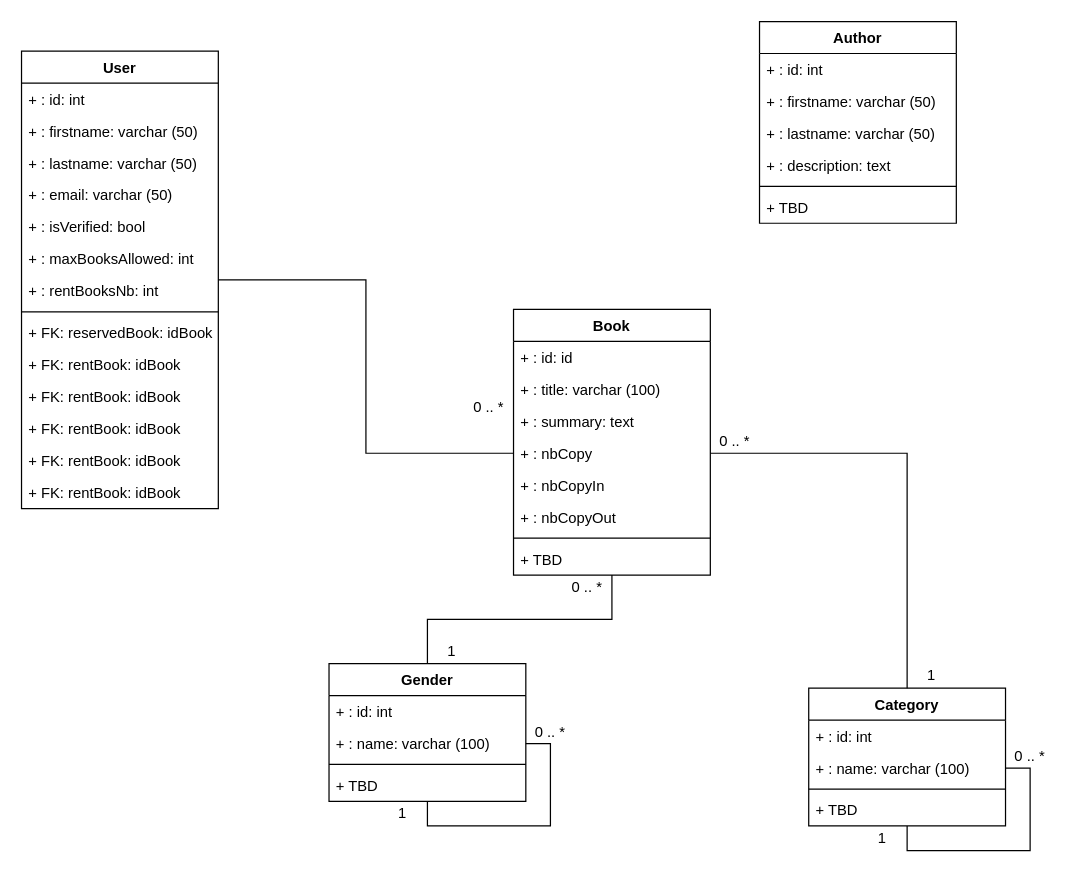
Earlier version of the draw.io diagram page "UML Class Diagram" (2 of 2) of docs/library_store.drawio (pptech-ds/CDA-JS-LIbrary-Store). Source tidied: cells renumbered, new cells numbered last; positions are measured from the earlier drawing's top-left corner, leaving out a move shared by most shapes. Both pictures are drawn from the tidied source at 123%, with x=0, y=0 at pixel (21, 21).
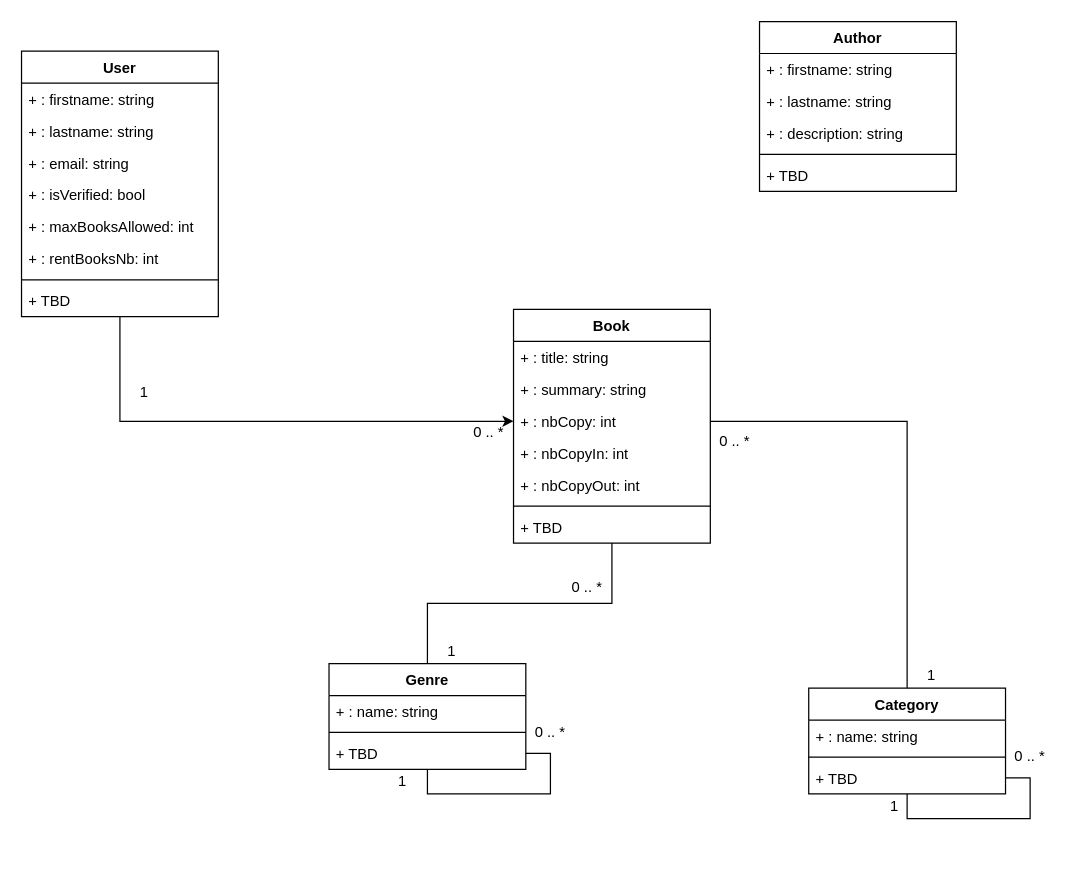
The same page after the edit.

Change to the diagram source:
```diff
@@
-    <mxCell id="2" style="edgeStyle=orthogonalEdgeStyle;rounded=0;jettySize=auto;html=1;entryX=0;entryY=0.5;entryDx=0;entryDy=0;endArrow=none;endFill=0;" parent="1" edge="1" source="3" target="23">
+    <mxCell id="2" style="edgeStyle=orthogonalEdgeStyle;rounded=0;jettySize=auto;html=1;entryX=0;entryY=0.5;entryDx=0;entryDy=0;endArrow=classic;endFill=1;" parent="1" edge="1" source="3" target="23">
       <mxGeometry relative="1" as="geometry" />
     </mxCell>
     <mxCell id="3" value="User" style="swimlane;fontStyle=1;align=center;verticalAlign=top;horizontal=1;startSize=26;" parent="1" vertex="1">
-      <mxGeometry y="24" width="160" height="372" as="geometry" />
+      <mxGeometry y="24" width="160" height="216" as="geometry" />
     </mxCell>
-    <mxCell id="4" value="+ : id: int&#10;  " style="text;strokeColor=none;fillColor=none;align=left;verticalAlign=top;spacingLeft=4;spacingRight=4;overflow=hidden;" parent="3" vertex="1">
-      <mxGeometry y="26" width="160" height="26" as="geometry" />
-    </mxCell>
-    <mxCell id="5" value="+ : firstname: varchar (50)&#10;  " style="text;strokeColor=none;fillColor=none;align=left;verticalAlign=top;spacingLeft=4;spacingRight=4;overflow=hidden;" parent="3" vertex="1">
-      <mxGeometry y="52" width="160" height="26" as="geometry" />
+    <mxCell id="5" value="+ : firstname: string&#10;  " style="text;strokeColor=none;fillColor=none;align=left;verticalAlign=top;spacingLeft=4;spacingRight=4;overflow=hidden;" parent="3" vertex="1">
+      <mxGeometry y="26" width="160" height="26" as="geometry" />
     </mxCell>
-    <mxCell id="6" value="+ : lastname: varchar (50)  " style="text;strokeColor=none;fillColor=none;align=left;verticalAlign=top;spacingLeft=4;spacingRight=4;overflow=hidden;" parent="3" vertex="1">
-      <mxGeometry y="78" width="160" height="26" as="geometry" />
+    <mxCell id="6" value="+ : lastname: string " style="text;strokeColor=none;fillColor=none;align=left;verticalAlign=top;spacingLeft=4;spacingRight=4;overflow=hidden;" parent="3" vertex="1">
+      <mxGeometry y="52" width="160" height="26" as="geometry" />
     </mxCell>
-    <mxCell id="7" value="+ : email: varchar (50)  " style="text;strokeColor=none;fillColor=none;align=left;verticalAlign=top;spacingLeft=4;spacingRight=4;overflow=hidden;" parent="3" vertex="1">
-      <mxGeometry y="104" width="160" height="26" as="geometry" />
+    <mxCell id="7" value="+ : email: string  " style="text;strokeColor=none;fillColor=none;align=left;verticalAlign=top;spacingLeft=4;spacingRight=4;overflow=hidden;" parent="3" vertex="1">
+      <mxGeometry y="78" width="160" height="26" as="geometry" />
     </mxCell>
     <mxCell id="8" value="+ : isVerified: bool  " style="text;strokeColor=none;fillColor=none;align=left;verticalAlign=top;spacingLeft=4;spacingRight=4;overflow=hidden;" parent="3" vertex="1">
-      <mxGeometry y="130" width="160" height="26" as="geometry" />
+      <mxGeometry y="104" width="160" height="26" as="geometry" />
     </mxCell>
     <mxCell id="9" value="+ : maxBooksAllowed: int  " style="text;strokeColor=none;fillColor=none;align=left;verticalAlign=top;spacingLeft=4;spacingRight=4;overflow=hidden;" parent="3" vertex="1">
-      <mxGeometry y="156" width="160" height="26" as="geometry" />
+      <mxGeometry y="130" width="160" height="26" as="geometry" />
     </mxCell>
     <mxCell id="10" value="+ : rentBooksNb: int  " style="text;strokeColor=none;fillColor=none;align=left;verticalAlign=top;spacingLeft=4;spacingRight=4;overflow=hidden;" parent="3" vertex="1">
-      <mxGeometry y="182" width="160" height="26" as="geometry" />
+      <mxGeometry y="156" width="160" height="26" as="geometry" />
     </mxCell>
     <mxCell id="11" style="line;strokeWidth=1;fillColor=none;align=left;verticalAlign=middle;spacingTop=-1;spacingLeft=3;spacingRight=3;labelPosition=right;" parent="3" vertex="1">
-      <mxGeometry y="208" width="160" height="8" as="geometry" />
+      <mxGeometry y="182" width="160" height="8" as="geometry" />
     </mxCell>
-    <mxCell id="12" value="+ FK: reservedBook: idBook" style="text;strokeColor=none;fillColor=none;align=left;verticalAlign=top;spacingLeft=4;spacingRight=4;overflow=hidden;" parent="3" vertex="1">
-      <mxGeometry y="216" width="160" height="26" as="geometry" />
-    </mxCell>
-    <mxCell id="13" value="+ FK: rentBook: idBook" style="text;strokeColor=none;fillColor=none;align=left;verticalAlign=top;spacingLeft=4;spacingRight=4;overflow=hidden;" parent="3" vertex="1">
-      <mxGeometry y="242" width="160" height="26" as="geometry" />
+    <mxCell id="13" value="+ TBD" style="text;strokeColor=none;fillColor=none;align=left;verticalAlign=top;spacingLeft=4;spacingRight=4;overflow=hidden;" parent="3" vertex="1">
+      <mxGeometry y="190" width="160" height="26" as="geometry" />
     </mxCell>
-    <mxCell id="14" value="+ FK: rentBook: idBook" style="text;strokeColor=none;fillColor=none;align=left;verticalAlign=top;spacingLeft=4;spacingRight=4;overflow=hidden;" parent="3" vertex="1">
-      <mxGeometry y="268" width="160" height="26" as="geometry" />
-    </mxCell>
-    <mxCell id="15" value="+ FK: rentBook: idBook" style="text;strokeColor=none;fillColor=none;align=left;verticalAlign=top;spacingLeft=4;spacingRight=4;overflow=hidden;" parent="3" vertex="1">
-      <mxGeometry y="294" width="160" height="26" as="geometry" />
-    </mxCell>
-    <mxCell id="16" value="+ FK: rentBook: idBook" style="text;strokeColor=none;fillColor=none;align=left;verticalAlign=top;spacingLeft=4;spacingRight=4;overflow=hidden;" parent="3" vertex="1">
-      <mxGeometry y="320" width="160" height="26" as="geometry" />
-    </mxCell>
-    <mxCell id="17" value="+ FK: rentBook: idBook" style="text;strokeColor=none;fillColor=none;align=left;verticalAlign=top;spacingLeft=4;spacingRight=4;overflow=hidden;" parent="3" vertex="1">
-      <mxGeometry y="346" width="160" height="26" as="geometry" />
-    </mxCell>
@@
     <mxCell id="19" value="Book" style="swimlane;fontStyle=1;align=center;verticalAlign=top;horizontal=1;startSize=26;" parent="1" vertex="1">
-      <mxGeometry x="400" y="234" width="160" height="216" as="geometry" />
+      <mxGeometry x="400" y="234" width="160" height="190" as="geometry" />
     </mxCell>
-    <mxCell id="20" value="+ : id: id&#10;  " style="text;strokeColor=none;fillColor=none;align=left;verticalAlign=top;spacingLeft=4;spacingRight=4;overflow=hidden;" parent="19" vertex="1">
-      <mxGeometry y="26" width="160" height="26" as="geometry" />
-    </mxCell>
-    <mxCell id="21" value="+ : title: varchar (100)&#10;  " style="text;strokeColor=none;fillColor=none;align=left;verticalAlign=top;spacingLeft=4;spacingRight=4;overflow=hidden;" parent="19" vertex="1">
-      <mxGeometry y="52" width="160" height="26" as="geometry" />
+    <mxCell id="21" value="+ : title: string&#10;  " style="text;strokeColor=none;fillColor=none;align=left;verticalAlign=top;spacingLeft=4;spacingRight=4;overflow=hidden;" parent="19" vertex="1">
+      <mxGeometry y="26" width="160" height="26" as="geometry" />
     </mxCell>
-    <mxCell id="22" value="+ : summary: text  " style="text;strokeColor=none;fillColor=none;align=left;verticalAlign=top;spacingLeft=4;spacingRight=4;overflow=hidden;" parent="19" vertex="1">
-      <mxGeometry y="78" width="160" height="26" as="geometry" />
+    <mxCell id="22" value="+ : summary: string  " style="text;strokeColor=none;fillColor=none;align=left;verticalAlign=top;spacingLeft=4;spacingRight=4;overflow=hidden;" parent="19" vertex="1">
+      <mxGeometry y="52" width="160" height="26" as="geometry" />
     </mxCell>
-    <mxCell id="23" value="+ : nbCopy  " style="text;strokeColor=none;fillColor=none;align=left;verticalAlign=top;spacingLeft=4;spacingRight=4;overflow=hidden;points=[[0,0.5],[1,0.5]];portConstraint=eastwest;" parent="19" vertex="1">
-      <mxGeometry y="104" width="160" height="26" as="geometry" />
+    <mxCell id="23" value="+ : nbCopy: int  " style="text;strokeColor=none;fillColor=none;align=left;verticalAlign=top;spacingLeft=4;spacingRight=4;overflow=hidden;points=[[0,0.5],[1,0.5]];portConstraint=eastwest;" parent="19" vertex="1">
+      <mxGeometry y="78" width="160" height="26" as="geometry" />
     </mxCell>
-    <mxCell id="24" value="+ : nbCopyIn " style="text;strokeColor=none;fillColor=none;align=left;verticalAlign=top;spacingLeft=4;spacingRight=4;overflow=hidden;" parent="19" vertex="1">
-      <mxGeometry y="130" width="160" height="26" as="geometry" />
+    <mxCell id="24" value="+ : nbCopyIn: int " style="text;strokeColor=none;fillColor=none;align=left;verticalAlign=top;spacingLeft=4;spacingRight=4;overflow=hidden;" parent="19" vertex="1">
+      <mxGeometry y="104" width="160" height="26" as="geometry" />
     </mxCell>
-    <mxCell id="25" value="+ : nbCopyOut " style="text;strokeColor=none;fillColor=none;align=left;verticalAlign=top;spacingLeft=4;spacingRight=4;overflow=hidden;" parent="19" vertex="1">
-      <mxGeometry y="156" width="160" height="26" as="geometry" />
+    <mxCell id="25" value="+ : nbCopyOut: int " style="text;strokeColor=none;fillColor=none;align=left;verticalAlign=top;spacingLeft=4;spacingRight=4;overflow=hidden;" parent="19" vertex="1">
+      <mxGeometry y="130" width="160" height="26" as="geometry" />
     </mxCell>
     <mxCell id="26" style="line;strokeWidth=1;fillColor=none;align=left;verticalAlign=middle;spacingTop=-1;spacingLeft=3;spacingRight=3;labelPosition=right;" parent="19" vertex="1">
-      <mxGeometry y="182" width="160" height="8" as="geometry" />
+      <mxGeometry y="156" width="160" height="8" as="geometry" />
     </mxCell>
     <mxCell id="27" value="+ TBD" style="text;strokeColor=none;fillColor=none;align=left;verticalAlign=top;spacingLeft=4;spacingRight=4;overflow=hidden;" parent="19" vertex="1">
-      <mxGeometry y="190" width="160" height="26" as="geometry" />
+      <mxGeometry y="164" width="160" height="26" as="geometry" />
     </mxCell>
     <mxCell id="28" value="0 .. *" style="text;html=1;strokeColor=none;fillColor=none;align=center;verticalAlign=middle;whiteSpace=wrap;rounded=0;" parent="1" vertex="1">
-      <mxGeometry x="360" y="304" width="40" height="20" as="geometry" />
+      <mxGeometry x="360" y="324" width="40" height="20" as="geometry" />
     </mxCell>
     <mxCell id="29" value="Category" style="swimlane;fontStyle=1;align=center;verticalAlign=top;horizontal=1;startSize=26;" parent="1" vertex="1">
-      <mxGeometry x="640" y="542" width="160" height="112" as="geometry" />
+      <mxGeometry x="640" y="542" width="160" height="86" as="geometry" />
     </mxCell>
-    <mxCell id="30" value="+ : id: int&#10;  " style="text;strokeColor=none;fillColor=none;align=left;verticalAlign=top;spacingLeft=4;spacingRight=4;overflow=hidden;" parent="29" vertex="1">
-      <mxGeometry y="26" width="160" height="26" as="geometry" />
-    </mxCell>
-    <mxCell id="31" value="+ : name: varchar (100)&#10;  " style="text;strokeColor=none;fillColor=none;align=left;verticalAlign=top;spacingLeft=4;spacingRight=4;overflow=hidden;points=[[0,0.5],[1,0.5]];portConstraint=eastwest;" parent="29" vertex="1">
-      <mxGeometry y="52" width="160" height="26" as="geometry" />
+    <mxCell id="31" value="+ : name: string&#10;  " style="text;strokeColor=none;fillColor=none;align=left;verticalAlign=top;spacingLeft=4;spacingRight=4;overflow=hidden;points=[[0,0.5],[1,0.5]];portConstraint=eastwest;" parent="29" vertex="1">
+      <mxGeometry y="26" width="160" height="26" as="geometry" />
     </mxCell>
     <mxCell id="32" style="line;strokeWidth=1;fillColor=none;align=left;verticalAlign=middle;spacingTop=-1;spacingLeft=3;spacingRight=3;labelPosition=right;" parent="29" vertex="1">
-      <mxGeometry y="78" width="160" height="8" as="geometry" />
+      <mxGeometry y="52" width="160" height="8" as="geometry" />
     </mxCell>
     <mxCell id="33" value="+ TBD" style="text;strokeColor=none;fillColor=none;align=left;verticalAlign=top;spacingLeft=4;spacingRight=4;overflow=hidden;points=[[0,0.5],[1,0.5]];portConstraint=eastwest;" parent="29" vertex="1">
-      <mxGeometry y="86" width="160" height="26" as="geometry" />
+      <mxGeometry y="60" width="160" height="26" as="geometry" />
     </mxCell>
-    <mxCell id="34" style="edgeStyle=orthogonalEdgeStyle;rounded=0;jettySize=auto;html=1;endArrow=none;endFill=0;" parent="29" edge="1" source="29" target="31">
-      <mxGeometry relative="1" as="geometry" />
-    </mxCell>
+    <mxCell id="57" style="edgeStyle=orthogonalEdgeStyle;rounded=0;jettySize=auto;html=1;entryX=1;entryY=0.5;entryDx=0;entryDy=0;endArrow=none;endFill=0;strokeColor=default;" parent="29" edge="1" source="29" target="33">
+      <mxGeometry relative="1" as="geometry" />
+    </mxCell>
@@
     <mxCell id="36" value="1" style="text;html=1;strokeColor=none;fillColor=none;align=center;verticalAlign=middle;whiteSpace=wrap;rounded=0;" parent="1" vertex="1">
-      <mxGeometry x="680" y="654" width="40" height="20" as="geometry" />
+      <mxGeometry x="690" y="628" width="40" height="20" as="geometry" />
     </mxCell>
-    <mxCell id="37" value="Gender" style="swimlane;fontStyle=1;align=center;verticalAlign=top;horizontal=1;startSize=26;" parent="1" vertex="1">
-      <mxGeometry x="250" y="522" width="160" height="112" as="geometry" />
+    <mxCell id="37" value="Genre" style="swimlane;fontStyle=1;align=center;verticalAlign=top;horizontal=1;startSize=26;" parent="1" vertex="1">
+      <mxGeometry x="250" y="522" width="160" height="86" as="geometry" />
     </mxCell>
-    <mxCell id="38" value="+ : id: int&#10;  " style="text;strokeColor=none;fillColor=none;align=left;verticalAlign=top;spacingLeft=4;spacingRight=4;overflow=hidden;" parent="37" vertex="1">
-      <mxGeometry y="26" width="160" height="26" as="geometry" />
-    </mxCell>
-    <mxCell id="39" value="+ : name: varchar (100)&#10;  " style="text;strokeColor=none;fillColor=none;align=left;verticalAlign=top;spacingLeft=4;spacingRight=4;overflow=hidden;points=[[0,0.5],[1,0.5]];portConstraint=eastwest;" parent="37" vertex="1">
-      <mxGeometry y="52" width="160" height="26" as="geometry" />
+    <mxCell id="39" value="+ : name: string&#10;  " style="text;strokeColor=none;fillColor=none;align=left;verticalAlign=top;spacingLeft=4;spacingRight=4;overflow=hidden;points=[[0,0.5],[1,0.5]];portConstraint=eastwest;" parent="37" vertex="1">
+      <mxGeometry y="26" width="160" height="26" as="geometry" />
     </mxCell>
     <mxCell id="40" style="line;strokeWidth=1;fillColor=none;align=left;verticalAlign=middle;spacingTop=-1;spacingLeft=3;spacingRight=3;labelPosition=right;" parent="37" vertex="1">
-      <mxGeometry y="78" width="160" height="8" as="geometry" />
+      <mxGeometry y="52" width="160" height="8" as="geometry" />
     </mxCell>
     <mxCell id="41" value="+ TBD" style="text;strokeColor=none;fillColor=none;align=left;verticalAlign=top;spacingLeft=4;spacingRight=4;overflow=hidden;points=[[0,0.5],[1,0.5]];portConstraint=eastwest;" parent="37" vertex="1">
-      <mxGeometry y="86" width="160" height="26" as="geometry" />
+      <mxGeometry y="60" width="160" height="26" as="geometry" />
     </mxCell>
-    <mxCell id="42" style="edgeStyle=orthogonalEdgeStyle;rounded=0;jettySize=auto;html=1;endArrow=none;endFill=0;" parent="37" edge="1" source="37" target="39">
-      <mxGeometry relative="1" as="geometry" />
-    </mxCell>
+    <mxCell id="58" style="edgeStyle=orthogonalEdgeStyle;rounded=0;jettySize=auto;html=1;endArrow=none;endFill=0;strokeColor=default;" parent="37" edge="1" source="37" target="41">
+      <mxGeometry relative="1" as="geometry" />
+    </mxCell>
@@
     <mxCell id="44" value="1" style="text;html=1;strokeColor=none;fillColor=none;align=center;verticalAlign=middle;whiteSpace=wrap;rounded=0;" parent="1" vertex="1">
-      <mxGeometry x="290" y="634" width="40" height="20" as="geometry" />
+      <mxGeometry x="290" y="608" width="40" height="20" as="geometry" />
     </mxCell>
@@
     <mxCell id="50" value="Author" style="swimlane;fontStyle=1;align=center;verticalAlign=top;horizontal=1;startSize=26;" parent="1" vertex="1">
-      <mxGeometry x="600" width="160" height="164" as="geometry" />
+      <mxGeometry x="600" width="160" height="138" as="geometry" />
     </mxCell>
-    <mxCell id="51" value="+ : id: int&#10;  " style="text;strokeColor=none;fillColor=none;align=left;verticalAlign=top;spacingLeft=4;spacingRight=4;overflow=hidden;" parent="50" vertex="1">
-      <mxGeometry y="26" width="160" height="26" as="geometry" />
-    </mxCell>
-    <mxCell id="52" value="+ : firstname: varchar (50)&#10;  " style="text;strokeColor=none;fillColor=none;align=left;verticalAlign=top;spacingLeft=4;spacingRight=4;overflow=hidden;" parent="50" vertex="1">
-      <mxGeometry y="52" width="160" height="26" as="geometry" />
+    <mxCell id="52" value="+ : firstname: string&#10;  " style="text;strokeColor=none;fillColor=none;align=left;verticalAlign=top;spacingLeft=4;spacingRight=4;overflow=hidden;" parent="50" vertex="1">
+      <mxGeometry y="26" width="160" height="26" as="geometry" />
     </mxCell>
-    <mxCell id="53" value="+ : lastname: varchar (50)  " style="text;strokeColor=none;fillColor=none;align=left;verticalAlign=top;spacingLeft=4;spacingRight=4;overflow=hidden;" parent="50" vertex="1">
-      <mxGeometry y="78" width="160" height="26" as="geometry" />
+    <mxCell id="53" value="+ : lastname: string  " style="text;strokeColor=none;fillColor=none;align=left;verticalAlign=top;spacingLeft=4;spacingRight=4;overflow=hidden;" parent="50" vertex="1">
+      <mxGeometry y="52" width="160" height="26" as="geometry" />
     </mxCell>
-    <mxCell id="54" value="+ : description: text  " style="text;strokeColor=none;fillColor=none;align=left;verticalAlign=top;spacingLeft=4;spacingRight=4;overflow=hidden;" parent="50" vertex="1">
-      <mxGeometry y="104" width="160" height="26" as="geometry" />
+    <mxCell id="54" value="+ : description: string" style="text;strokeColor=none;fillColor=none;align=left;verticalAlign=top;spacingLeft=4;spacingRight=4;overflow=hidden;" parent="50" vertex="1">
+      <mxGeometry y="78" width="160" height="26" as="geometry" />
     </mxCell>
     <mxCell id="55" style="line;strokeWidth=1;fillColor=none;align=left;verticalAlign=middle;spacingTop=-1;spacingLeft=3;spacingRight=3;labelPosition=right;" parent="50" vertex="1">
-      <mxGeometry y="130" width="160" height="8" as="geometry" />
+      <mxGeometry y="104" width="160" height="8" as="geometry" />
     </mxCell>
     <mxCell id="56" value="+ TBD" style="text;strokeColor=none;fillColor=none;align=left;verticalAlign=top;spacingLeft=4;spacingRight=4;overflow=hidden;" parent="50" vertex="1">
-      <mxGeometry y="138" width="160" height="26" as="geometry" />
+      <mxGeometry y="112" width="160" height="26" as="geometry" />
     </mxCell>
+    <mxCell id="59" value="1" style="text;html=1;strokeColor=none;fillColor=none;align=center;verticalAlign=middle;whiteSpace=wrap;rounded=0;" parent="1" vertex="1">
+      <mxGeometry x="80" y="292" width="40" height="20" as="geometry" />
+    </mxCell>
```
